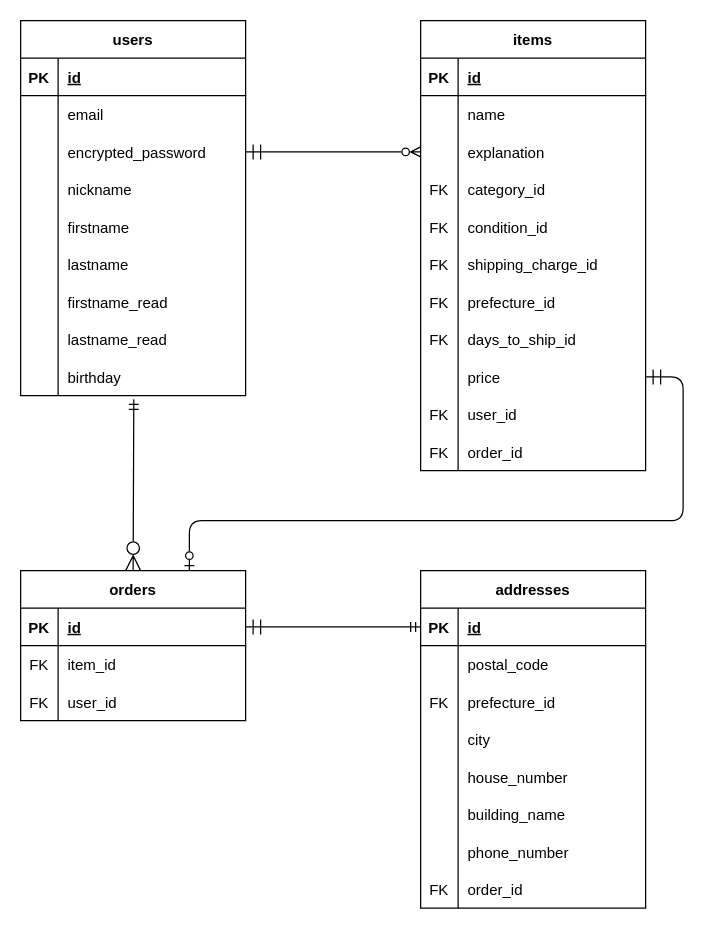
Before: er.dio in nagahiroBass/furima-37731, a draw.io diagram. Source tidied: cells renumbered, new cells numbered last; positions are measured from the earlier drawing's top-left corner, leaving out a move shared by most shapes. Both pictures are drawn from the tidied source at 125%, with x=0, y=0 at pixel (20, 20).
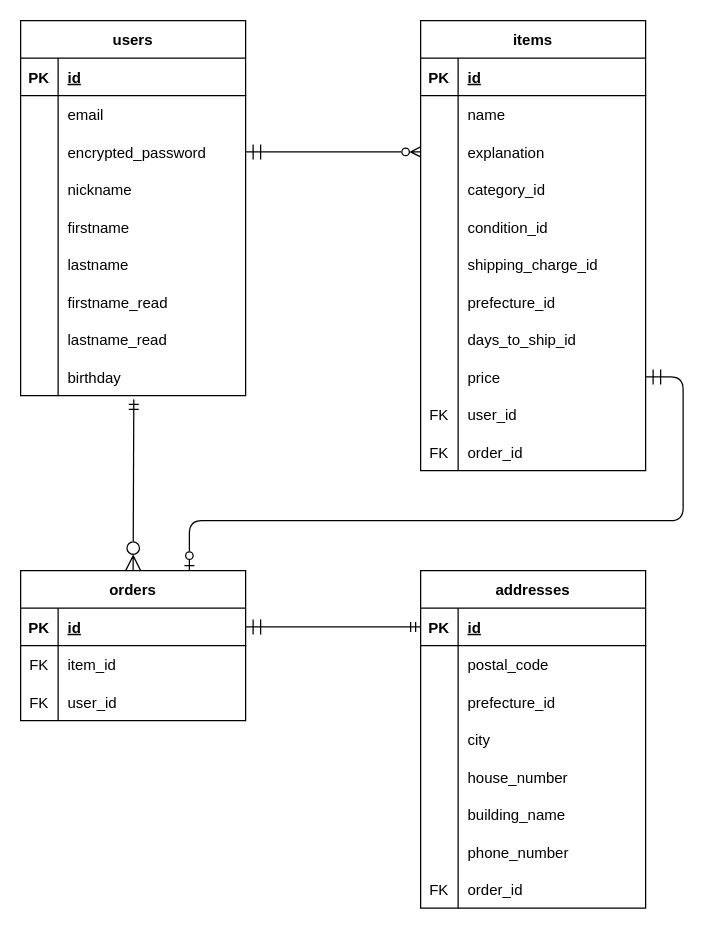
After the change.

Commit message:
ER図の不要な'FK'の削除

Unchanged cells that the change refers to:
```xml
<mxCell id="40" style="shape=partialRectangle;fillColor=none;top=0;left=0;bottom=0;right=0;" parent="30" vertex="1">
  <mxGeometry y="120" width="180" height="30" as="geometry" />
</mxCell>
<mxCell id="43" style="shape=partialRectangle;fillColor=none;top=0;left=0;bottom=0;right=0;" parent="30" vertex="1">
  <mxGeometry y="150" width="180" height="30" as="geometry" />
</mxCell>
<mxCell id="46" style="shape=partialRectangle;fillColor=none;top=0;left=0;bottom=0;right=0;" parent="30" vertex="1">
  <mxGeometry y="180" width="180" height="30" as="geometry" />
</mxCell>
<mxCell id="49" style="shape=partialRectangle;fillColor=none;top=0;left=0;bottom=0;right=0;" parent="30" vertex="1">
  <mxGeometry y="210" width="180" height="30" as="geometry" />
</mxCell>
<mxCell id="52" style="shape=partialRectangle;fillColor=none;top=0;left=0;bottom=0;right=0;" parent="30" vertex="1">
  <mxGeometry y="240" width="180" height="30" as="geometry" />
</mxCell>
<mxCell id="82" style="shape=partialRectangle;fillColor=none;top=0;left=0;bottom=0;right=0;strokeColor=default;" parent="75" vertex="1">
  <mxGeometry y="90" width="180" height="30" as="geometry" />
</mxCell>
```

Diff of the diagram source:
```diff
@@
-    <mxCell id="41" value="FK" style="shape=partialRectangle;fillColor=none;top=0;left=0;bottom=0;right=0;overflow=hidden;" parent="40" vertex="1">
+    <mxCell id="41" style="shape=partialRectangle;fillColor=none;top=0;left=0;bottom=0;right=0;overflow=hidden;" parent="40" vertex="1">
       <mxGeometry width="30" height="30" as="geometry" />
     </mxCell>
@@
-    <mxCell id="44" value="FK" style="shape=partialRectangle;fillColor=none;top=0;left=0;bottom=0;right=0;overflow=hidden;" parent="43" vertex="1">
+    <mxCell id="44" style="shape=partialRectangle;fillColor=none;top=0;left=0;bottom=0;right=0;overflow=hidden;" parent="43" vertex="1">
       <mxGeometry width="30" height="30" as="geometry" />
     </mxCell>
@@
-    <mxCell id="47" value="FK" style="shape=partialRectangle;fillColor=none;top=0;left=0;bottom=0;right=0;overflow=hidden;" parent="46" vertex="1">
+    <mxCell id="47" style="shape=partialRectangle;fillColor=none;top=0;left=0;bottom=0;right=0;overflow=hidden;" parent="46" vertex="1">
       <mxGeometry width="30" height="30" as="geometry" />
     </mxCell>
@@
-    <mxCell id="50" value="FK" style="shape=partialRectangle;fillColor=none;top=0;left=0;bottom=0;right=0;overflow=hidden;" parent="49" vertex="1">
+    <mxCell id="50" style="shape=partialRectangle;fillColor=none;top=0;left=0;bottom=0;right=0;overflow=hidden;" parent="49" vertex="1">
       <mxGeometry width="30" height="30" as="geometry" />
     </mxCell>
@@
-    <mxCell id="53" value="FK" style="shape=partialRectangle;fillColor=none;top=0;left=0;bottom=0;right=0;overflow=hidden;" parent="52" vertex="1">
+    <mxCell id="53" style="shape=partialRectangle;fillColor=none;top=0;left=0;bottom=0;right=0;overflow=hidden;" parent="52" vertex="1">
       <mxGeometry width="30" height="30" as="geometry" />
     </mxCell>
@@
-    <mxCell id="83" value="FK" style="shape=partialRectangle;fillColor=none;top=0;left=0;bottom=0;right=0;overflow=hidden;strokeColor=default;" parent="82" vertex="1">
+    <mxCell id="83" style="shape=partialRectangle;fillColor=none;top=0;left=0;bottom=0;right=0;overflow=hidden;strokeColor=default;" parent="82" vertex="1">
       <mxGeometry width="30" height="30" as="geometry" />
     </mxCell>
```
